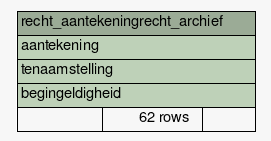
Before: datamodel/schemaspy/brk/diagrams/summary/recht_aantekeningrecht_archief.1degree.png, a diagram exported from Graphviz (B3Partners/brmo). Its source is kept beside it as datamodel/schemaspy/brk/diagrams/summary/recht_aantekeningrecht_archief.1degree.dot.
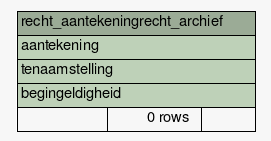
After the change.

What changed in the source:
```diff
@@ -22,7 +22,7 @@
       <TR><TD PORT="aantekening" COLSPAN="3" BGCOLOR="#bed1b8" ALIGN="LEFT">aantekening</TD></TR>
       <TR><TD PORT="tenaamstelling" COLSPAN="3" BGCOLOR="#bed1b8" ALIGN="LEFT">tenaamstelling</TD></TR>
       <TR><TD PORT="begingeldigheid" COLSPAN="3" BGCOLOR="#bed1b8" ALIGN="LEFT">begingeldigheid</TD></TR>
-      <TR><TD ALIGN="LEFT" BGCOLOR="#f7f7f7">  </TD><TD ALIGN="RIGHT" BGCOLOR="#f7f7f7">62 rows</TD><TD ALIGN="RIGHT" BGCOLOR="#f7f7f7">  </TD></TR>
+      <TR><TD ALIGN="LEFT" BGCOLOR="#f7f7f7">  </TD><TD ALIGN="RIGHT" BGCOLOR="#f7f7f7">0 rows</TD><TD ALIGN="RIGHT" BGCOLOR="#f7f7f7">  </TD></TR>
     </TABLE>>
     URL="tables/recht_aantekeningrecht_archief.html"
     tooltip="recht_aantekeningrecht_archief"
```
